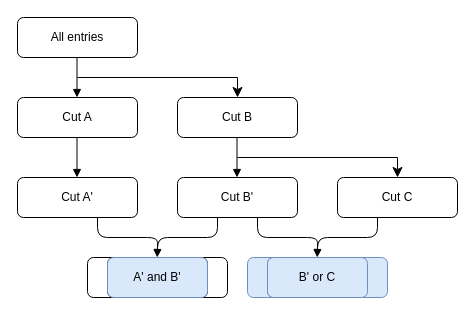
The draw.io diagram cutflow.drawio in taehyounpark/draw-io-diagrams, before the edit. Source tidied: cells renumbered, new cells numbered last; positions are measured from the earlier drawing's top-left corner, leaving out a move shared by most shapes. Both pictures are drawn from the tidied source at 100%, with x=0, y=0 at pixel (17, 17).
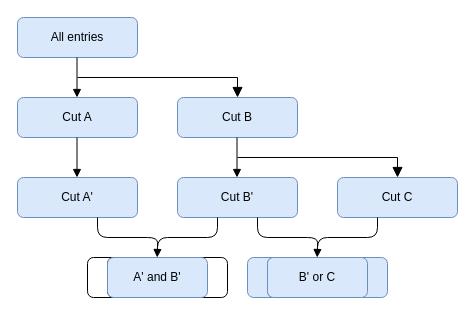
The same page after the edit.

What changed in the source:
```diff
@@
-    <mxCell id="2" value="All entries" style="rounded=1;whiteSpace=wrap;html=1;" parent="1" vertex="1">
+    <mxCell id="2" value="All entries" style="rounded=1;whiteSpace=wrap;html=1;fillColor=#dae8fc;strokeColor=#6c8ebf;" parent="1" vertex="1">
       <mxGeometry width="120" height="40" as="geometry" />
     </mxCell>
-    <mxCell id="3" value="Cut A" style="rounded=1;whiteSpace=wrap;html=1;" parent="1" vertex="1">
+    <mxCell id="3" value="Cut A" style="rounded=1;whiteSpace=wrap;html=1;fillColor=#dae8fc;strokeColor=#6c8ebf;" parent="1" vertex="1">
       <mxGeometry y="80" width="120" height="40" as="geometry" />
     </mxCell>
-    <mxCell id="4" value="Cut B" style="rounded=1;whiteSpace=wrap;html=1;" parent="1" vertex="1">
+    <mxCell id="4" value="Cut B" style="rounded=1;whiteSpace=wrap;html=1;fillColor=#dae8fc;strokeColor=#6c8ebf;" parent="1" vertex="1">
       <mxGeometry x="160" y="80" width="120" height="40" as="geometry" />
     </mxCell>
-    <mxCell id="5" value="Cut A'" style="rounded=1;whiteSpace=wrap;html=1;" parent="1" vertex="1">
+    <mxCell id="5" value="Cut A'" style="rounded=1;whiteSpace=wrap;html=1;fillColor=#dae8fc;strokeColor=#6c8ebf;" parent="1" vertex="1">
       <mxGeometry y="160" width="120" height="40" as="geometry" />
     </mxCell>
-    <mxCell id="6" value="Cut B'" style="rounded=1;whiteSpace=wrap;html=1;" parent="1" vertex="1">
+    <mxCell id="6" value="Cut B'" style="rounded=1;whiteSpace=wrap;html=1;fillColor=#dae8fc;strokeColor=#6c8ebf;" parent="1" vertex="1">
       <mxGeometry x="160" y="160" width="120" height="40" as="geometry" />
     </mxCell>
-    <mxCell id="7" value="Cut C" style="rounded=1;whiteSpace=wrap;html=1;" parent="1" vertex="1">
+    <mxCell id="7" value="Cut C" style="rounded=1;whiteSpace=wrap;html=1;fillColor=#dae8fc;strokeColor=#6c8ebf;" parent="1" vertex="1">
       <mxGeometry x="320" y="160" width="120" height="40" as="geometry" />
     </mxCell>
-    <mxCell id="8" style="rounded=1;whiteSpace=wrap;html=1;fillColor=none;" parent="1" vertex="1">
+    <mxCell id="8" style="rounded=1;whiteSpace=wrap;html=1;" parent="1" vertex="1">
       <mxGeometry x="70" y="240" width="120" height="40" as="geometry" />
     </mxCell>
-    <mxCell id="9" style="rounded=1;whiteSpace=wrap;html=1;fillColor=none;" parent="1" vertex="1">
+    <mxCell id="9" style="rounded=1;whiteSpace=wrap;html=1;" parent="1" vertex="1">
       <mxGeometry x="90" y="240" width="120" height="40" as="geometry" />
     </mxCell>
@@
-    <mxCell id="21" style="edgeStyle=segmentEdgeStyle;endArrow=classic;html=1;curved=0;rounded=0;endSize=8;startSize=8;entryX=0.5;entryY=0;entryDx=0;entryDy=0;" parent="1" edge="1" target="4">
+    <mxCell id="21" style="edgeStyle=segmentEdgeStyle;endArrow=block;html=1;curved=0;rounded=0;endSize=8;startSize=8;entryX=0.5;entryY=0;entryDx=0;entryDy=0;endFill=1;" parent="1" edge="1" target="4">
       <mxGeometry relative="1" as="geometry">
         <mxPoint x="60" y="60" as="sourcePoint" />
       </mxGeometry>
     </mxCell>
-    <mxCell id="22" style="edgeStyle=segmentEdgeStyle;endArrow=classic;html=1;curved=0;rounded=0;endSize=8;startSize=8;entryX=0.5;entryY=0;entryDx=0;entryDy=0;" parent="1" edge="1">
+    <mxCell id="22" style="edgeStyle=segmentEdgeStyle;endArrow=block;html=1;curved=0;rounded=0;endSize=8;startSize=8;entryX=0.5;entryY=0;entryDx=0;entryDy=0;endFill=1;" parent="1" edge="1">
       <mxGeometry relative="1" as="geometry">
         <mxPoint x="220" y="140" as="sourcePoint" />
         <mxPoint x="380" y="160" as="targetPoint" />
       </mxGeometry>
     </mxCell>
```
